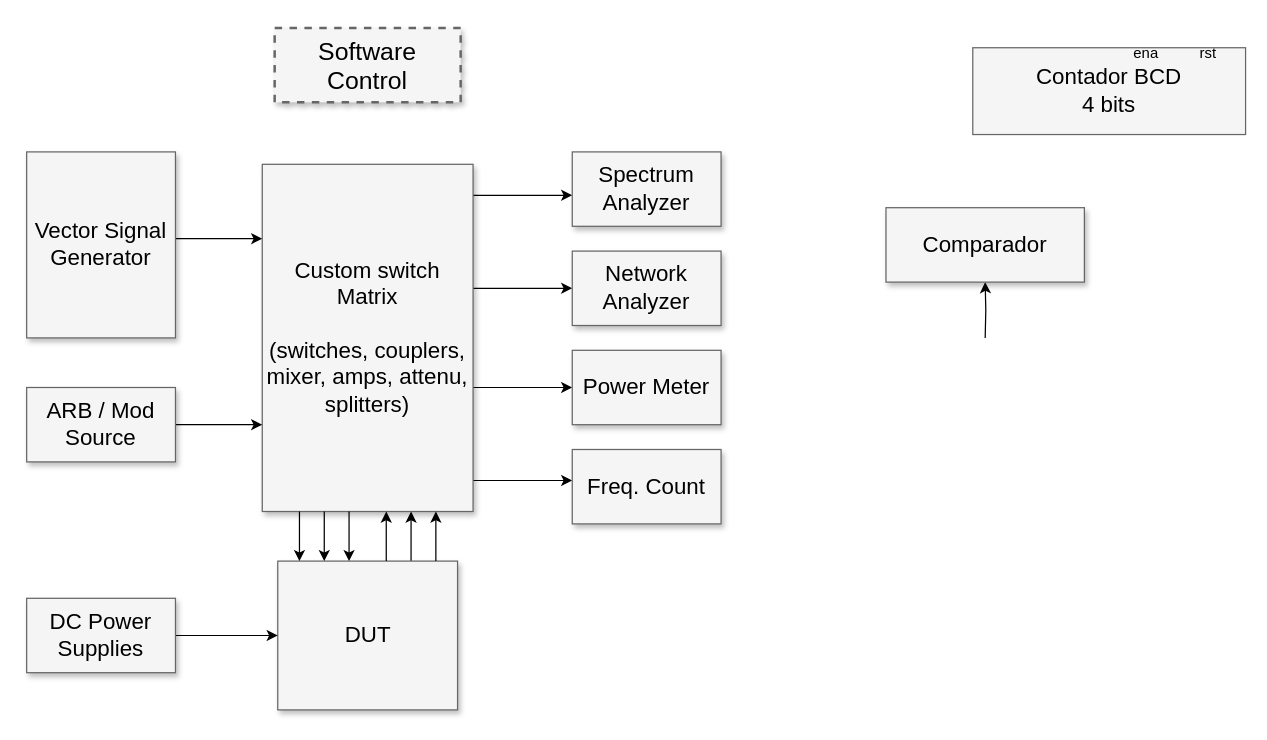
Before: template.drawio in jmoro1/voltmeter, a draw.io diagram. Source tidied: cells renumbered, new cells numbered last; positions are measured from the earlier drawing's top-left corner, leaving out a move shared by most shapes. Both pictures are drawn from the tidied source at 124%, with x=0, y=0 at pixel (26, 27).
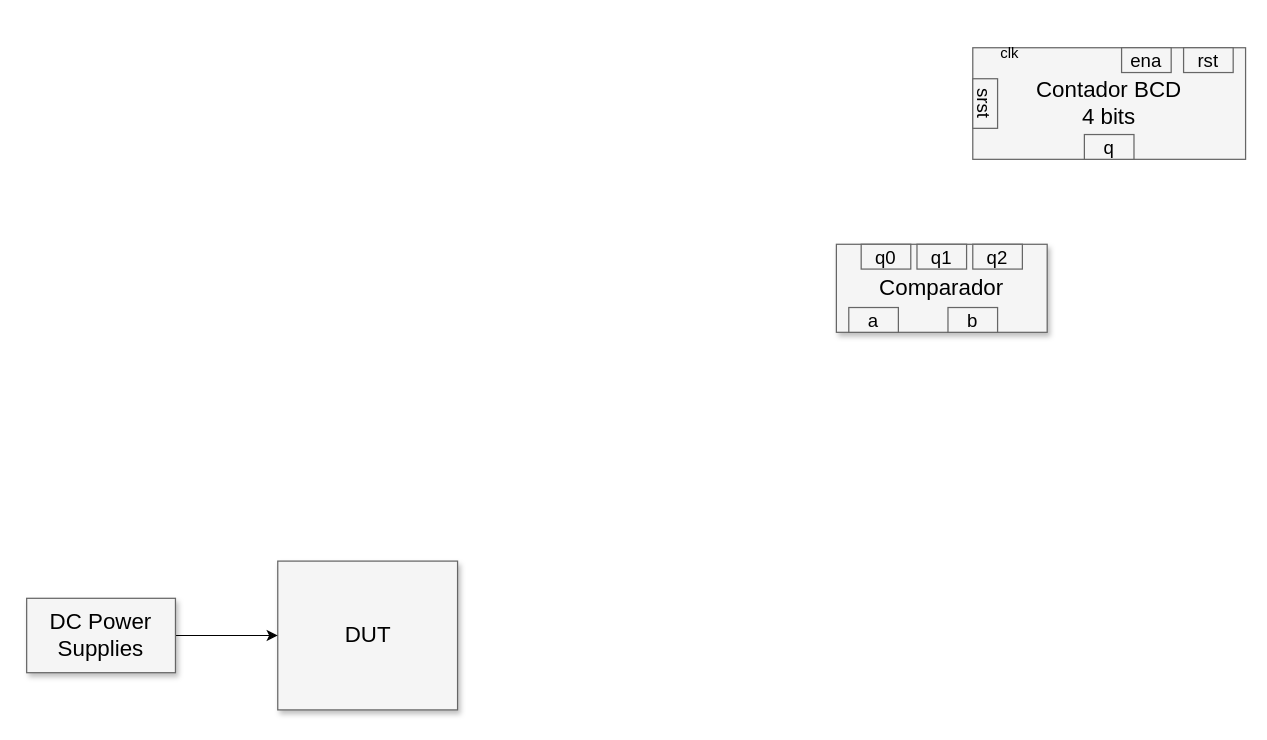
The same page after the edit.

The change refers to these unchanged cells:
```xml
<mxCell id="17" value="DUT" style="whiteSpace=wrap;html=1;shadow=1;fontSize=18;fillColor=#f5f5f5;strokeColor=#666666;" parent="1" vertex="1">
  <mxGeometry x="202.5" y="430" width="145" height="120" as="geometry" />
</mxCell>
```

What changed in the source:
```diff
@@
-    <mxCell id="2" value="Software Control" style="whiteSpace=wrap;html=1;shadow=1;fontSize=20;fillColor=#f5f5f5;strokeColor=#666666;strokeWidth=2;dashed=1;" parent="1" vertex="1">
-      <mxGeometry x="200" width="150" height="60" as="geometry" />
-    </mxCell>
-    <mxCell id="3" style="edgeStyle=elbowEdgeStyle;rounded=0;html=1;startArrow=none;startFill=0;jettySize=auto;fontSize=18;elbow=vertical;" parent="1" edge="1" source="8" target="9">
-      <mxGeometry relative="1" as="geometry" />
-    </mxCell>
-    <mxCell id="4" style="edgeStyle=elbowEdgeStyle;rounded=0;html=1;startArrow=none;startFill=0;jettySize=auto;fontSize=18;elbow=vertical;" parent="1" edge="1" source="8" target="10">
-      <mxGeometry relative="1" as="geometry" />
-    </mxCell>
-    <mxCell id="5" style="edgeStyle=elbowEdgeStyle;rounded=0;html=1;startArrow=none;startFill=0;jettySize=auto;fontSize=18;elbow=vertical;" parent="1" edge="1" source="8" target="11">
-      <mxGeometry relative="1" as="geometry" />
-    </mxCell>
-    <mxCell id="6" style="edgeStyle=elbowEdgeStyle;rounded=0;html=1;startArrow=none;startFill=0;jettySize=auto;fontSize=18;elbow=vertical;" parent="1" edge="1" source="8" target="12">
-      <mxGeometry relative="1" as="geometry" />
-    </mxCell>
-    <mxCell id="7" style="edgeStyle=elbowEdgeStyle;rounded=0;html=1;startArrow=none;startFill=0;jettySize=auto;fontSize=18;" parent="1" edge="1" source="17" target="8">
-      <mxGeometry relative="1" as="geometry">
-        <Array as="points">
-          <mxPoint x="310" y="410" />
-        </Array>
-      </mxGeometry>
-    </mxCell>
-    <mxCell id="8" value="Custom switch Matrix&lt;div&gt;&lt;br&gt;&lt;/div&gt;&lt;div&gt;(switches, couplers, mixer, amps, attenu, splitters)&lt;/div&gt;" style="whiteSpace=wrap;html=1;shadow=1;fontSize=18;fillColor=#f5f5f5;strokeColor=#666666;" parent="1" vertex="1">
-      <mxGeometry x="190" y="110" width="170" height="280" as="geometry" />
-    </mxCell>
-    <mxCell id="9" value="Spectrum Analyzer" style="whiteSpace=wrap;html=1;shadow=1;fontSize=18;fillColor=#f5f5f5;strokeColor=#666666;" parent="1" vertex="1">
-      <mxGeometry x="440" y="100" width="120" height="60" as="geometry" />
-    </mxCell>
-    <mxCell id="10" value="Network Analyzer" style="whiteSpace=wrap;html=1;shadow=1;fontSize=18;fillColor=#f5f5f5;strokeColor=#666666;" parent="1" vertex="1">
-      <mxGeometry x="440" y="180" width="120" height="60" as="geometry" />
-    </mxCell>
-    <mxCell id="11" value="Power Meter" style="whiteSpace=wrap;html=1;shadow=1;fontSize=18;fillColor=#f5f5f5;strokeColor=#666666;" parent="1" vertex="1">
-      <mxGeometry x="440" y="260" width="120" height="60" as="geometry" />
-    </mxCell>
-    <mxCell id="12" value="Freq. Count" style="whiteSpace=wrap;html=1;shadow=1;fontSize=18;fillColor=#f5f5f5;strokeColor=#666666;" parent="1" vertex="1">
-      <mxGeometry x="440" y="340" width="120" height="60" as="geometry" />
-    </mxCell>
-    <mxCell id="13" style="edgeStyle=elbowEdgeStyle;rounded=0;html=1;startArrow=none;startFill=0;jettySize=auto;fontSize=18;elbow=vertical;" parent="1" edge="1" source="14" target="8">
-      <mxGeometry relative="1" as="geometry">
-        <Array as="points">
-          <mxPoint x="160" y="170" />
-        </Array>
-      </mxGeometry>
-    </mxCell>
-    <mxCell id="14" value="Vector Signal Generator" style="whiteSpace=wrap;html=1;shadow=1;fontSize=18;fillColor=#f5f5f5;strokeColor=#666666;" parent="1" vertex="1">
-      <mxGeometry y="100" width="120" height="150" as="geometry" />
-    </mxCell>
-    <mxCell id="15" style="edgeStyle=elbowEdgeStyle;rounded=0;html=1;startArrow=none;startFill=0;jettySize=auto;fontSize=18;elbow=vertical;" parent="1" edge="1" source="16" target="8">
-      <mxGeometry relative="1" as="geometry" />
-    </mxCell>
-    <mxCell id="16" value="ARB / Mod Source" style="whiteSpace=wrap;html=1;shadow=1;fontSize=18;fillColor=#f5f5f5;strokeColor=#666666;" parent="1" vertex="1">
-      <mxGeometry y="290" width="120" height="60" as="geometry" />
-    </mxCell>
@@
-    <mxCell id="20" style="edgeStyle=elbowEdgeStyle;rounded=0;html=1;startArrow=none;startFill=0;jettySize=auto;fontSize=18;" parent="1" edge="1" source="17" target="8">
-      <mxGeometry relative="1" as="geometry">
-        <Array as="points">
-          <mxPoint x="330" y="410" />
-          <mxPoint x="310" y="410" />
-        </Array>
-      </mxGeometry>
-    </mxCell>
-    <mxCell id="21" style="edgeStyle=elbowEdgeStyle;rounded=0;html=1;startArrow=none;startFill=0;jettySize=auto;orthogonalLoop=1;fontSize=18;" parent="1" edge="1">
-      <mxGeometry relative="1" as="geometry">
-        <mxPoint x="290" y="430" as="sourcePoint" />
-        <mxPoint x="290" y="390" as="targetPoint" />
-        <Array as="points">
-          <mxPoint x="290" y="410" />
-          <mxPoint x="290" y="410" />
-        </Array>
-      </mxGeometry>
-    </mxCell>
-    <mxCell id="22" style="edgeStyle=elbowEdgeStyle;rounded=0;html=1;startArrow=none;startFill=0;jettySize=auto;orthogonalLoop=1;fontSize=18;" parent="1" edge="1">
-      <mxGeometry relative="1" as="geometry">
-        <mxPoint x="260" y="390" as="sourcePoint" />
-        <mxPoint x="260" y="430" as="targetPoint" />
-        <Array as="points">
-          <mxPoint x="260" y="410" />
-          <mxPoint x="290" y="420" />
-        </Array>
-      </mxGeometry>
-    </mxCell>
-    <mxCell id="23" style="edgeStyle=elbowEdgeStyle;rounded=0;html=1;startArrow=none;startFill=0;jettySize=auto;orthogonalLoop=1;fontSize=18;" parent="1" edge="1">
-      <mxGeometry relative="1" as="geometry">
-        <mxPoint x="240" y="390" as="sourcePoint" />
-        <mxPoint x="240" y="430" as="targetPoint" />
-        <Array as="points">
-          <mxPoint x="240" y="410" />
-          <mxPoint x="270" y="420" />
-        </Array>
-      </mxGeometry>
-    </mxCell>
-    <mxCell id="24" style="edgeStyle=elbowEdgeStyle;rounded=0;html=1;startArrow=none;startFill=0;jettySize=auto;orthogonalLoop=1;fontSize=18;" parent="1" edge="1">
-      <mxGeometry relative="1" as="geometry">
-        <mxPoint x="220" y="390" as="sourcePoint" />
-        <mxPoint x="220" y="430" as="targetPoint" />
-        <Array as="points">
-          <mxPoint x="220" y="410" />
-          <mxPoint x="250" y="420" />
-        </Array>
-      </mxGeometry>
-    </mxCell>
     <mxCell id="25" value="Contador BCD&lt;br&gt;4 bits" style="whiteSpace=wrap;html=1;shadow=0;fontSize=18;fillColor=#f5f5f5;strokeColor=#666666;" parent="1" vertex="1">
-      <mxGeometry x="763" y="16" width="220" height="70" as="geometry" />
+      <mxGeometry x="763" y="16" width="220" height="90" as="geometry" />
     </mxCell>
-    <mxCell id="26" style="edgeStyle=orthogonalEdgeStyle;rounded=0;jettySize=auto;html=1;" parent="1" edge="1" target="27">
-      <mxGeometry relative="1" as="geometry">
-        <mxPoint x="773" y="250" as="sourcePoint" />
-      </mxGeometry>
-    </mxCell>
-    <mxCell id="27" value="Comparador" style="whiteSpace=wrap;html=1;shadow=1;fontSize=18;fillColor=#f5f5f5;strokeColor=#666666;direction=west;" parent="1" vertex="1">
-      <mxGeometry x="693" y="145" width="160" height="60" as="geometry" />
+    <mxCell id="27" value="Comparador" style="whiteSpace=wrap;html=1;shadow=1;fontSize=18;fillColor=#f5f5f5;strokeColor=#666666;direction=west;points=[[0,0,0,0,0],[0,0.25,0,0,0],[0,0.5,0,0,0],[0,0.75,0,0,0],[0,1,0,0,0],[0.12,0,0,0,0],[0.12,1,0,0,0],[0.25,0,0,0,0],[0.25,1,0,0,0],[0.38,0,0,0,0],[0.5,0,0,0,0],[0.5,1,0,0,0],[0.62,0,0,0,0],[0.62,1,0,0,0],[0.75,0,0,0,0],[0.75,1,0,0,0],[1,0,0,0,0],[1,0.25,0,0,0],[1,0.5,0,0,0],[1,0.75,0,0,0],[1,1,0,0,0]];" parent="1" vertex="1">
+      <mxGeometry x="653" y="174.5" width="170" height="71" as="geometry" />
     </mxCell>
+    <mxCell id="30" value="clk" style="text;strokeColor=none;align=center;fillColor=none;html=1;verticalAlign=middle;whiteSpace=wrap;rounded=0;" parent="1" vertex="1">
+      <mxGeometry x="763" y="6" width="60" height="30" as="geometry" />
+    </mxCell>
+    <mxCell id="31" value="srst" style="whiteSpace=wrap;html=1;shadow=0;fontSize=15;fillColor=#f5f5f5;strokeColor=#666666;align=center;rotation=90;" parent="1" vertex="1">
+      <mxGeometry x="753" y="51" width="40" height="20" as="geometry" />
+    </mxCell>
-    <mxCell id="28" value="ena" style="text;strokeColor=none;align=center;fillColor=none;html=1;verticalAlign=middle;whiteSpace=wrap;rounded=0;" parent="1" vertex="1">
-      <mxGeometry x="873" y="6" width="60" height="30" as="geometry" />
+    <mxCell id="28" value="ena" style="whiteSpace=wrap;html=1;shadow=0;fontSize=15;fillColor=#f5f5f5;strokeColor=#666666;align=center;rotation=0;" parent="1" vertex="1">
+      <mxGeometry x="883" y="16" width="40" height="20" as="geometry" />
     </mxCell>
-    <mxCell id="29" value="rst" style="text;strokeColor=none;align=center;fillColor=none;html=1;verticalAlign=middle;whiteSpace=wrap;rounded=0;" parent="1" vertex="1">
-      <mxGeometry x="923" y="6" width="60" height="30" as="geometry" />
+    <mxCell id="29" value="rst" style="whiteSpace=wrap;html=1;shadow=0;fontSize=15;fillColor=#f5f5f5;strokeColor=#666666;align=center;rotation=0;" parent="1" vertex="1">
+      <mxGeometry x="933" y="16" width="40" height="20" as="geometry" />
     </mxCell>
+    <mxCell id="32" value="q" style="whiteSpace=wrap;html=1;shadow=0;fontSize=15;fillColor=#f5f5f5;strokeColor=#666666;align=center;rotation=0;" parent="1" vertex="1">
+      <mxGeometry x="853" y="86" width="40" height="20" as="geometry" />
+    </mxCell>
+    <mxCell id="33" value="a" style="whiteSpace=wrap;html=1;shadow=0;fontSize=15;fillColor=#f5f5f5;strokeColor=#666666;align=center;rotation=0;" parent="1" vertex="1">
+      <mxGeometry x="663" y="225.5" width="40" height="20" as="geometry" />
+    </mxCell>
+    <mxCell id="34" value="b" style="whiteSpace=wrap;html=1;shadow=0;fontSize=15;fillColor=#f5f5f5;strokeColor=#666666;align=center;rotation=0;" parent="1" vertex="1">
+      <mxGeometry x="743" y="225.5" width="40" height="20" as="geometry" />
+    </mxCell>
+    <mxCell id="35" value="q0" style="whiteSpace=wrap;html=1;shadow=0;fontSize=15;fillColor=#f5f5f5;strokeColor=#666666;align=center;rotation=0;" parent="1" vertex="1">
+      <mxGeometry x="673" y="174.5" width="40" height="20" as="geometry" />
+    </mxCell>
+    <mxCell id="36" value="q1" style="whiteSpace=wrap;html=1;shadow=0;fontSize=15;fillColor=#f5f5f5;strokeColor=#666666;align=center;rotation=0;" parent="1" vertex="1">
+      <mxGeometry x="718" y="174.5" width="40" height="20" as="geometry" />
+    </mxCell>
+    <mxCell id="37" value="q2" style="whiteSpace=wrap;html=1;shadow=0;fontSize=15;fillColor=#f5f5f5;strokeColor=#666666;align=center;rotation=0;" parent="1" vertex="1">
+      <mxGeometry x="763" y="174.5" width="40" height="20" as="geometry" />
+    </mxCell>
```
